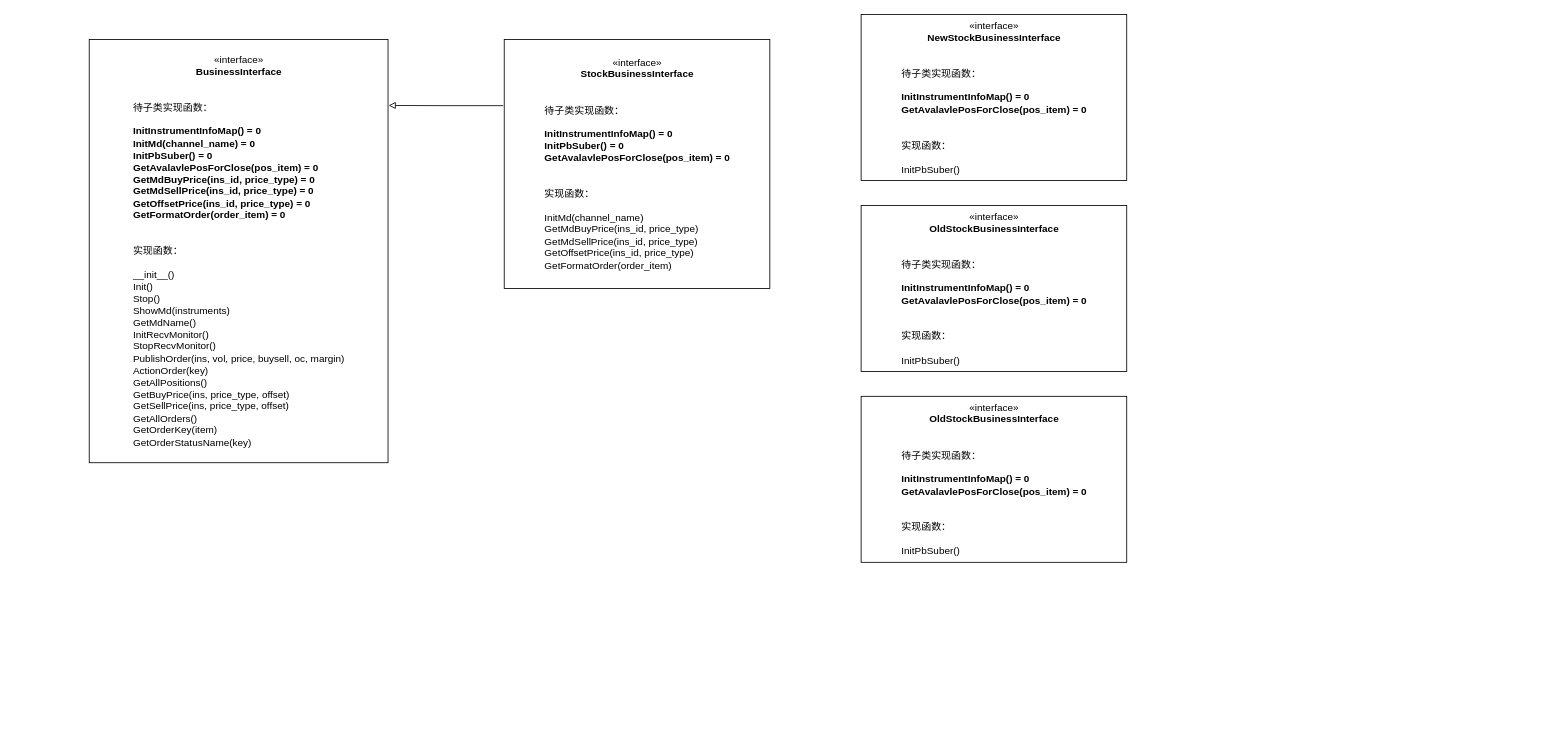
rullox/homework keeps this draw.io diagram as Untitled Diagram.drawio. Above is the earlier version. Source tidied: cells renumbered, new cells numbered last; positions are measured from the earlier drawing's top-left corner, leaving out a move shared by most shapes. Both pictures are drawn from the tidied source at 83%, with x=0, y=0 at pixel (89, 14).
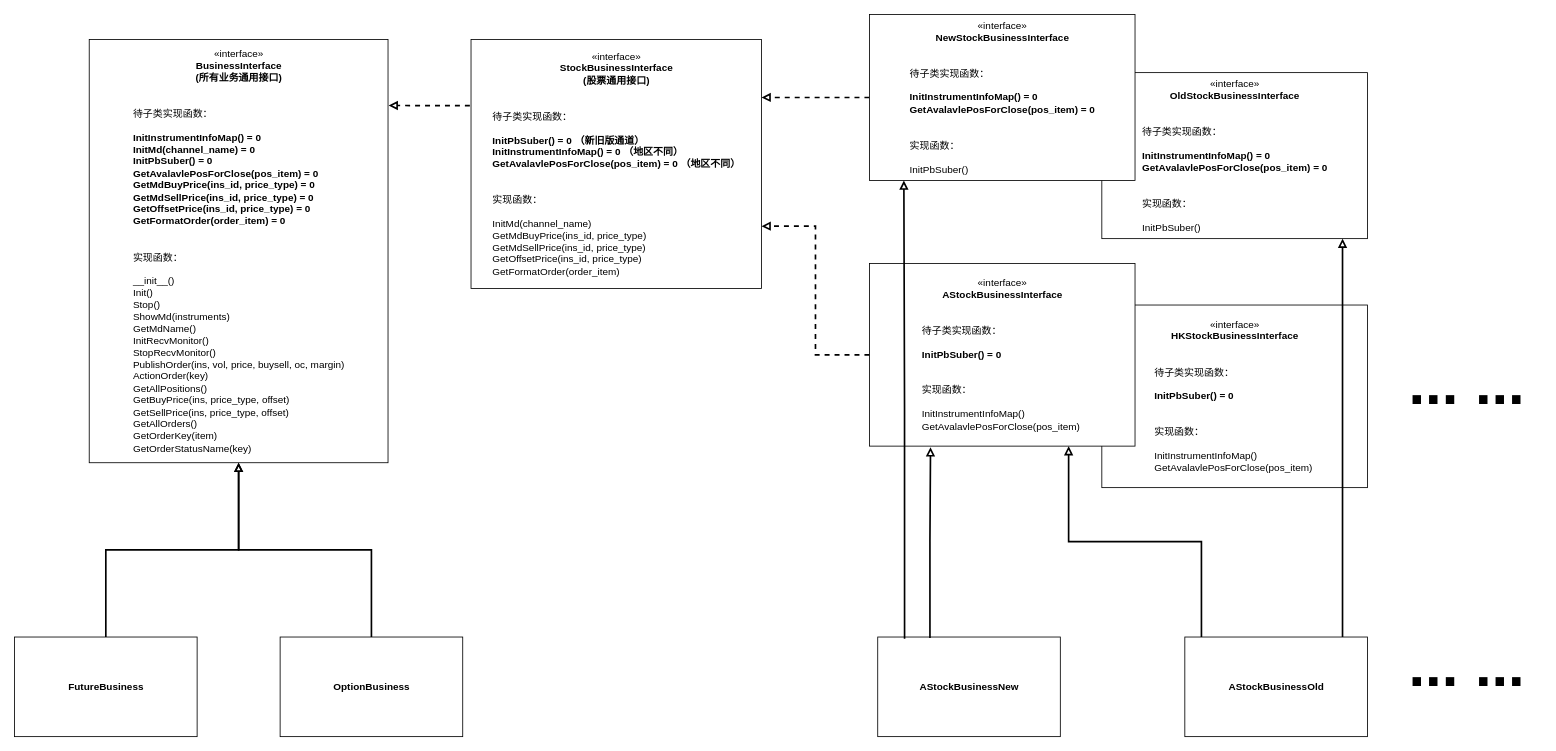
The same page after the edit.

Diff of the diagram source:
```diff
@@
-    <mxCell id="2" style="edgeStyle=orthogonalEdgeStyle;rounded=0;jettySize=auto;html=1;exitX=-0.004;exitY=0.266;exitDx=0;exitDy=0;endArrow=block;endFill=0;exitPerimeter=0;entryX=1.002;entryY=0.156;entryDx=0;entryDy=0;entryPerimeter=0;" parent="1" edge="1" source="3" target="4">
+    <mxCell id="2" style="edgeStyle=orthogonalEdgeStyle;rounded=0;jettySize=auto;html=1;exitX=-0.004;exitY=0.266;exitDx=0;exitDy=0;endArrow=block;endFill=0;exitPerimeter=0;entryX=1.002;entryY=0.156;entryDx=0;entryDy=0;entryPerimeter=0;strokeWidth=2;dashed=1;" parent="1" edge="1" source="3" target="4">
       <mxGeometry relative="1" as="geometry" />
     </mxCell>
-    <mxCell id="3" value="&lt;br&gt;«interface»&lt;br&gt;&lt;b&gt;StockBusinessInterface&lt;/b&gt;&lt;br&gt;&lt;br&gt;&lt;br&gt;&lt;div style=&quot;text-align: left;&quot;&gt;待子类实现函数：&lt;/div&gt;&lt;div style=&quot;text-align: left;&quot;&gt;&lt;br&gt;&lt;/div&gt;&lt;div style=&quot;text-align: left;&quot;&gt;&lt;div&gt;&lt;span style=&quot;background-color: initial;&quot;&gt;&lt;b&gt;InitInstrumentInfoMap() = 0&lt;/b&gt;&lt;/span&gt;&lt;/div&gt;&lt;div&gt;&lt;span style=&quot;background-color: initial;&quot;&gt;&lt;b&gt;InitPbSuber() = 0&lt;/b&gt;&lt;/span&gt;&lt;/div&gt;&lt;div&gt;&lt;span style=&quot;background-color: initial;&quot;&gt;&lt;b&gt;GetAvalavlePosForClose(pos_item) = 0&lt;/b&gt;&lt;/span&gt;&lt;/div&gt;&lt;/div&gt;&lt;div style=&quot;text-align: left;&quot;&gt;&lt;br&gt;&lt;/div&gt;&lt;div style=&quot;text-align: left;&quot;&gt;&lt;br&gt;&lt;/div&gt;&lt;div style=&quot;text-align: left;&quot;&gt;实现函数：&lt;/div&gt;&lt;div style=&quot;text-align: left;&quot;&gt;&lt;br&gt;&lt;/div&gt;&lt;div style=&quot;text-align: left;&quot;&gt;InitMd(channel_name)&lt;br&gt;&lt;/div&gt;&lt;div style=&quot;text-align: left;&quot;&gt;&lt;div&gt;&lt;span style=&quot;background-color: initial;&quot;&gt;GetMdBuyPrice(ins_id, price_type)&amp;nbsp;&lt;/span&gt;&lt;/div&gt;&lt;div&gt;GetMdSellPrice(ins_id, price_type)&lt;span style=&quot;background-color: initial;&quot;&gt;&lt;br&gt;&lt;/span&gt;&lt;/div&gt;&lt;div&gt;GetOffsetPrice(ins_id, price_type)&lt;br&gt;&lt;/div&gt;&lt;div&gt;GetFormatOrder(order_item)&lt;/div&gt;&lt;/div&gt;&lt;div style=&quot;text-align: left;&quot;&gt;&lt;br&gt;&lt;/div&gt;" style="html=1;" parent="1" vertex="1">
-      <mxGeometry x="500" y="30" width="320" height="300" as="geometry" />
+    <mxCell id="3" value="&lt;br&gt;«interface»&lt;br&gt;&lt;b&gt;StockBusinessInterface&lt;br&gt;&lt;/b&gt;&lt;b&gt;(股票通用接口)&lt;/b&gt;&lt;br&gt;&lt;br&gt;&lt;br&gt;&lt;div style=&quot;text-align: left;&quot;&gt;待子类实现函数：&lt;/div&gt;&lt;div style=&quot;text-align: left;&quot;&gt;&lt;br&gt;&lt;/div&gt;&lt;div style=&quot;text-align: left;&quot;&gt;&lt;div&gt;&lt;div&gt;&lt;span style=&quot;background-color: initial;&quot;&gt;&lt;b&gt;InitPbSuber() = 0 （新旧版通道）&lt;/b&gt;&lt;/span&gt;&lt;/div&gt;&lt;/div&gt;&lt;div&gt;&lt;span style=&quot;background-color: initial;&quot;&gt;&lt;b&gt;InitInstrumentInfoMap() = 0 （地区不同）&lt;/b&gt;&lt;/span&gt;&lt;/div&gt;&lt;div&gt;&lt;span style=&quot;background-color: initial;&quot;&gt;&lt;b&gt;GetAvalavlePosForClose(pos_item) = 0&amp;nbsp;&lt;/b&gt;&lt;/span&gt;&lt;b style=&quot;background-color: initial;&quot;&gt;（地区不同）&lt;/b&gt;&lt;br&gt;&lt;/div&gt;&lt;/div&gt;&lt;div style=&quot;text-align: left;&quot;&gt;&lt;br&gt;&lt;/div&gt;&lt;div style=&quot;text-align: left;&quot;&gt;&lt;br&gt;&lt;/div&gt;&lt;div style=&quot;text-align: left;&quot;&gt;实现函数：&lt;/div&gt;&lt;div style=&quot;text-align: left;&quot;&gt;&lt;br&gt;&lt;/div&gt;&lt;div style=&quot;text-align: left;&quot;&gt;InitMd(channel_name)&lt;br&gt;&lt;/div&gt;&lt;div style=&quot;text-align: left;&quot;&gt;&lt;div&gt;&lt;span style=&quot;background-color: initial;&quot;&gt;GetMdBuyPrice(ins_id, price_type)&amp;nbsp;&lt;/span&gt;&lt;/div&gt;&lt;div&gt;GetMdSellPrice(ins_id, price_type)&lt;span style=&quot;background-color: initial;&quot;&gt;&lt;br&gt;&lt;/span&gt;&lt;/div&gt;&lt;div&gt;GetOffsetPrice(ins_id, price_type)&lt;br&gt;&lt;/div&gt;&lt;div&gt;GetFormatOrder(order_item)&lt;/div&gt;&lt;/div&gt;&lt;div style=&quot;text-align: left;&quot;&gt;&lt;br&gt;&lt;/div&gt;" style="html=1;" parent="1" vertex="1">
+      <mxGeometry x="460" y="30" width="350" height="300" as="geometry" />
     </mxCell>
-    <mxCell id="4" value="&lt;br&gt;«interface»&lt;br&gt;&lt;b&gt;BusinessInterface&lt;br&gt;&lt;/b&gt;&lt;br&gt;&lt;div style=&quot;text-align: left;&quot;&gt;&lt;br&gt;&lt;/div&gt;&lt;div style=&quot;text-align: left;&quot;&gt;待子类实现函数：&lt;/div&gt;&lt;div style=&quot;text-align: left;&quot;&gt;&lt;br&gt;&lt;/div&gt;&lt;div style=&quot;text-align: left;&quot;&gt;&lt;span style=&quot;background-color: initial;&quot;&gt;&lt;b&gt;InitInstrumentInfoMap() = 0&lt;/b&gt;&lt;/span&gt;&lt;/div&gt;&lt;div style=&quot;text-align: left;&quot;&gt;&lt;span style=&quot;background-color: initial;&quot;&gt;&lt;b&gt;InitMd(channel_name) = 0&lt;/b&gt;&lt;/span&gt;&lt;/div&gt;&lt;div style=&quot;text-align: left;&quot;&gt;&lt;span style=&quot;background-color: initial;&quot;&gt;&lt;b&gt;InitPbSuber() = 0&lt;/b&gt;&lt;/span&gt;&lt;/div&gt;&lt;div style=&quot;text-align: left;&quot;&gt;&lt;span style=&quot;background-color: initial;&quot;&gt;&lt;b&gt;GetAvalavlePosForClose(pos_item) = 0&lt;/b&gt;&lt;/span&gt;&lt;/div&gt;&lt;div style=&quot;text-align: left;&quot;&gt;&lt;span style=&quot;background-color: initial;&quot;&gt;&lt;b&gt;GetMdBuyPrice(ins_id, price_type) = 0&lt;/b&gt;&lt;/span&gt;&lt;/div&gt;&lt;div style=&quot;text-align: left;&quot;&gt;&lt;b&gt;GetMdSellPrice(ins_id, price_type) = 0&lt;span style=&quot;background-color: initial;&quot;&gt;&lt;br&gt;&lt;/span&gt;&lt;/b&gt;&lt;/div&gt;&lt;div style=&quot;text-align: left;&quot;&gt;&lt;b&gt;GetOffsetPrice(ins_id, price_type) = 0&lt;br&gt;&lt;/b&gt;&lt;/div&gt;&lt;div style=&quot;text-align: left;&quot;&gt;&lt;b&gt;GetFormatOrder(order_item) = 0&lt;/b&gt;&lt;/div&gt;&lt;div style=&quot;text-align: left;&quot;&gt;&lt;br&gt;&lt;/div&gt;&lt;div style=&quot;text-align: left;&quot;&gt;&lt;br&gt;&lt;/div&gt;&lt;div style=&quot;text-align: left;&quot;&gt;实现函数：&lt;/div&gt;&lt;div style=&quot;text-align: left;&quot;&gt;&lt;br&gt;&lt;/div&gt;&lt;div style=&quot;text-align: left;&quot;&gt;__init__()&lt;/div&gt;&lt;div style=&quot;text-align: left;&quot;&gt;Init()&lt;/div&gt;&lt;div style=&quot;text-align: left;&quot;&gt;Stop()&lt;/div&gt;&lt;div style=&quot;text-align: left;&quot;&gt;ShowMd(instruments)&lt;/div&gt;&lt;div style=&quot;text-align: left;&quot;&gt;GetMdName()&lt;/div&gt;&lt;div style=&quot;text-align: left;&quot;&gt;InitRecvMonitor()&lt;/div&gt;&lt;div style=&quot;text-align: left;&quot;&gt;StopRecvMonitor()&lt;/div&gt;&lt;div style=&quot;text-align: left;&quot;&gt;PublishOrder(ins, vol, price, buysell, oc, margin)&lt;/div&gt;&lt;div style=&quot;text-align: left;&quot;&gt;ActionOrder(key)&lt;/div&gt;&lt;div style=&quot;text-align: left;&quot;&gt;GetAllPositions()&lt;/div&gt;&lt;div style=&quot;text-align: left;&quot;&gt;GetBuyPrice(ins, price_type, offset)&lt;/div&gt;&lt;div style=&quot;text-align: left;&quot;&gt;GetSellPrice(ins, price_type, offset)&lt;/div&gt;&lt;div style=&quot;text-align: left;&quot;&gt;GetAllOrders()&lt;/div&gt;&lt;div style=&quot;text-align: left;&quot;&gt;GetOrderKey(item)&lt;/div&gt;&lt;div style=&quot;text-align: left;&quot;&gt;GetOrderStatusName(key)&lt;/div&gt;&lt;div style=&quot;text-align: left;&quot;&gt;&lt;br&gt;&lt;/div&gt;" style="html=1;" parent="1" vertex="1">
+    <mxCell id="4" value="&lt;br&gt;«interface»&lt;br&gt;&lt;b&gt;BusinessInterface&lt;br&gt;(所有业务通用接口)&lt;br&gt;&lt;/b&gt;&lt;br&gt;&lt;div style=&quot;text-align: left;&quot;&gt;&lt;br&gt;&lt;/div&gt;&lt;div style=&quot;text-align: left;&quot;&gt;待子类实现函数：&lt;/div&gt;&lt;div style=&quot;text-align: left;&quot;&gt;&lt;br&gt;&lt;/div&gt;&lt;div style=&quot;text-align: left;&quot;&gt;&lt;span style=&quot;background-color: initial;&quot;&gt;&lt;b&gt;InitInstrumentInfoMap() = 0&lt;/b&gt;&lt;/span&gt;&lt;/div&gt;&lt;div style=&quot;text-align: left;&quot;&gt;&lt;span style=&quot;background-color: initial;&quot;&gt;&lt;b&gt;InitMd(channel_name) = 0&lt;/b&gt;&lt;/span&gt;&lt;/div&gt;&lt;div style=&quot;text-align: left;&quot;&gt;&lt;span style=&quot;background-color: initial;&quot;&gt;&lt;b&gt;InitPbSuber() = 0&lt;/b&gt;&lt;/span&gt;&lt;/div&gt;&lt;div style=&quot;text-align: left;&quot;&gt;&lt;span style=&quot;background-color: initial;&quot;&gt;&lt;b&gt;GetAvalavlePosForClose(pos_item) = 0&lt;/b&gt;&lt;/span&gt;&lt;/div&gt;&lt;div style=&quot;text-align: left;&quot;&gt;&lt;span style=&quot;background-color: initial;&quot;&gt;&lt;b&gt;GetMdBuyPrice(ins_id, price_type) = 0&lt;/b&gt;&lt;/span&gt;&lt;/div&gt;&lt;div style=&quot;text-align: left;&quot;&gt;&lt;b&gt;GetMdSellPrice(ins_id, price_type) = 0&lt;span style=&quot;background-color: initial;&quot;&gt;&lt;br&gt;&lt;/span&gt;&lt;/b&gt;&lt;/div&gt;&lt;div style=&quot;text-align: left;&quot;&gt;&lt;b&gt;GetOffsetPrice(ins_id, price_type) = 0&lt;br&gt;&lt;/b&gt;&lt;/div&gt;&lt;div style=&quot;text-align: left;&quot;&gt;&lt;b&gt;GetFormatOrder(order_item) = 0&lt;/b&gt;&lt;/div&gt;&lt;div style=&quot;text-align: left;&quot;&gt;&lt;br&gt;&lt;/div&gt;&lt;div style=&quot;text-align: left;&quot;&gt;&lt;br&gt;&lt;/div&gt;&lt;div style=&quot;text-align: left;&quot;&gt;实现函数：&lt;/div&gt;&lt;div style=&quot;text-align: left;&quot;&gt;&lt;br&gt;&lt;/div&gt;&lt;div style=&quot;text-align: left;&quot;&gt;__init__()&lt;/div&gt;&lt;div style=&quot;text-align: left;&quot;&gt;Init()&lt;/div&gt;&lt;div style=&quot;text-align: left;&quot;&gt;Stop()&lt;/div&gt;&lt;div style=&quot;text-align: left;&quot;&gt;ShowMd(instruments)&lt;/div&gt;&lt;div style=&quot;text-align: left;&quot;&gt;GetMdName()&lt;/div&gt;&lt;div style=&quot;text-align: left;&quot;&gt;InitRecvMonitor()&lt;/div&gt;&lt;div style=&quot;text-align: left;&quot;&gt;StopRecvMonitor()&lt;/div&gt;&lt;div style=&quot;text-align: left;&quot;&gt;PublishOrder(ins, vol, price, buysell, oc, margin)&lt;/div&gt;&lt;div style=&quot;text-align: left;&quot;&gt;ActionOrder(key)&lt;/div&gt;&lt;div style=&quot;text-align: left;&quot;&gt;GetAllPositions()&lt;/div&gt;&lt;div style=&quot;text-align: left;&quot;&gt;GetBuyPrice(ins, price_type, offset)&lt;/div&gt;&lt;div style=&quot;text-align: left;&quot;&gt;GetSellPrice(ins, price_type, offset)&lt;/div&gt;&lt;div style=&quot;text-align: left;&quot;&gt;GetAllOrders()&lt;/div&gt;&lt;div style=&quot;text-align: left;&quot;&gt;GetOrderKey(item)&lt;/div&gt;&lt;div style=&quot;text-align: left;&quot;&gt;GetOrderStatusName(key)&lt;/div&gt;&lt;div style=&quot;text-align: left;&quot;&gt;&lt;br&gt;&lt;/div&gt;" style="html=1;" parent="1" vertex="1">
       <mxGeometry y="30" width="360" height="510" as="geometry" />
     </mxCell>
+    <mxCell id="8" style="edgeStyle=orthogonalEdgeStyle;rounded=0;jettySize=auto;html=1;endArrow=block;endFill=0;entryX=1;entryY=0.233;entryDx=0;entryDy=0;exitX=0;exitY=0.5;exitDx=0;exitDy=0;entryPerimeter=0;strokeWidth=2;dashed=1;" parent="1" edge="1" source="5" target="3">
+      <mxGeometry relative="1" as="geometry" />
+    </mxCell>
+    <mxCell id="9" style="group;" parent="1" vertex="1">
+      <mxGeometry x="940" width="600" height="270" as="geometry" />
+    </mxCell>
+    <mxCell id="6" value="«interface»&lt;br&gt;&lt;b&gt;OldStockBusinessInterface&lt;/b&gt;&lt;br&gt;&lt;br&gt;&lt;br&gt;&lt;div style=&quot;text-align: left;&quot;&gt;待子类实现函数：&lt;/div&gt;&lt;div style=&quot;text-align: left;&quot;&gt;&lt;br&gt;&lt;/div&gt;&lt;div style=&quot;text-align: left;&quot;&gt;&lt;div&gt;&lt;span style=&quot;background-color: initial;&quot;&gt;&lt;b&gt;InitInstrumentInfoMap() = 0&lt;/b&gt;&lt;/span&gt;&lt;/div&gt;&lt;div&gt;&lt;span style=&quot;background-color: initial;&quot;&gt;&lt;b&gt;GetAvalavlePosForClose(pos_item) = 0&lt;/b&gt;&lt;/span&gt;&lt;/div&gt;&lt;/div&gt;&lt;div style=&quot;text-align: left;&quot;&gt;&lt;br&gt;&lt;/div&gt;&lt;div style=&quot;text-align: left;&quot;&gt;&lt;br&gt;&lt;/div&gt;&lt;div style=&quot;text-align: left;&quot;&gt;实现函数：&lt;/div&gt;&lt;div style=&quot;text-align: left;&quot;&gt;&lt;br&gt;&lt;/div&gt;&lt;div style=&quot;text-align: left;&quot;&gt;&lt;span style=&quot;background-color: initial;&quot;&gt;InitPbSuber()&lt;/span&gt;&lt;/div&gt;" style="html=1;" parent="9" vertex="1">
+      <mxGeometry x="280" y="70" width="320" height="200" as="geometry" />
+    </mxCell>
-    <mxCell id="5" value="«interface»&lt;br&gt;&lt;b&gt;NewStockBusinessInterface&lt;/b&gt;&lt;br&gt;&lt;br&gt;&lt;br&gt;&lt;div style=&quot;text-align: left;&quot;&gt;待子类实现函数：&lt;/div&gt;&lt;div style=&quot;text-align: left;&quot;&gt;&lt;br&gt;&lt;/div&gt;&lt;div style=&quot;text-align: left;&quot;&gt;&lt;div&gt;&lt;span style=&quot;background-color: initial;&quot;&gt;&lt;b&gt;InitInstrumentInfoMap() = 0&lt;/b&gt;&lt;/span&gt;&lt;/div&gt;&lt;div&gt;&lt;span style=&quot;background-color: initial;&quot;&gt;&lt;b&gt;GetAvalavlePosForClose(pos_item) = 0&lt;/b&gt;&lt;/span&gt;&lt;/div&gt;&lt;/div&gt;&lt;div style=&quot;text-align: left;&quot;&gt;&lt;br&gt;&lt;/div&gt;&lt;div style=&quot;text-align: left;&quot;&gt;&lt;br&gt;&lt;/div&gt;&lt;div style=&quot;text-align: left;&quot;&gt;实现函数：&lt;/div&gt;&lt;div style=&quot;text-align: left;&quot;&gt;&lt;br&gt;&lt;/div&gt;&lt;div style=&quot;text-align: left;&quot;&gt;&lt;span style=&quot;background-color: initial;&quot;&gt;InitPbSuber()&lt;/span&gt;&lt;/div&gt;" style="html=1;" parent="1" vertex="1">
-      <mxGeometry x="930" width="320" height="200" as="geometry" />
+    <mxCell id="5" value="«interface»&lt;br&gt;&lt;b&gt;NewStockBusinessInterface&lt;/b&gt;&lt;br&gt;&lt;br&gt;&lt;br&gt;&lt;div style=&quot;text-align: left;&quot;&gt;待子类实现函数：&lt;/div&gt;&lt;div style=&quot;text-align: left;&quot;&gt;&lt;br&gt;&lt;/div&gt;&lt;div style=&quot;text-align: left;&quot;&gt;&lt;div&gt;&lt;span style=&quot;background-color: initial;&quot;&gt;&lt;b&gt;InitInstrumentInfoMap() = 0&lt;/b&gt;&lt;/span&gt;&lt;/div&gt;&lt;div&gt;&lt;span style=&quot;background-color: initial;&quot;&gt;&lt;b&gt;GetAvalavlePosForClose(pos_item) = 0&lt;/b&gt;&lt;/span&gt;&lt;/div&gt;&lt;/div&gt;&lt;div style=&quot;text-align: left;&quot;&gt;&lt;br&gt;&lt;/div&gt;&lt;div style=&quot;text-align: left;&quot;&gt;&lt;br&gt;&lt;/div&gt;&lt;div style=&quot;text-align: left;&quot;&gt;实现函数：&lt;/div&gt;&lt;div style=&quot;text-align: left;&quot;&gt;&lt;br&gt;&lt;/div&gt;&lt;div style=&quot;text-align: left;&quot;&gt;&lt;span style=&quot;background-color: initial;&quot;&gt;InitPbSuber()&lt;/span&gt;&lt;/div&gt;" style="html=1;" parent="9" vertex="1">
+      <mxGeometry width="320" height="200" as="geometry" />
     </mxCell>
-    <mxCell id="6" value="«interface»&lt;br&gt;&lt;b&gt;OldStockBusinessInterface&lt;/b&gt;&lt;br&gt;&lt;br&gt;&lt;br&gt;&lt;div style=&quot;text-align: left;&quot;&gt;待子类实现函数：&lt;/div&gt;&lt;div style=&quot;text-align: left;&quot;&gt;&lt;br&gt;&lt;/div&gt;&lt;div style=&quot;text-align: left;&quot;&gt;&lt;div&gt;&lt;span style=&quot;background-color: initial;&quot;&gt;&lt;b&gt;InitInstrumentInfoMap() = 0&lt;/b&gt;&lt;/span&gt;&lt;/div&gt;&lt;div&gt;&lt;span style=&quot;background-color: initial;&quot;&gt;&lt;b&gt;GetAvalavlePosForClose(pos_item) = 0&lt;/b&gt;&lt;/span&gt;&lt;/div&gt;&lt;/div&gt;&lt;div style=&quot;text-align: left;&quot;&gt;&lt;br&gt;&lt;/div&gt;&lt;div style=&quot;text-align: left;&quot;&gt;&lt;br&gt;&lt;/div&gt;&lt;div style=&quot;text-align: left;&quot;&gt;实现函数：&lt;/div&gt;&lt;div style=&quot;text-align: left;&quot;&gt;&lt;br&gt;&lt;/div&gt;&lt;div style=&quot;text-align: left;&quot;&gt;&lt;span style=&quot;background-color: initial;&quot;&gt;InitPbSuber()&lt;/span&gt;&lt;/div&gt;" style="html=1;" parent="1" vertex="1">
-      <mxGeometry x="930" y="230" width="320" height="200" as="geometry" />
-    </mxCell>
+    <mxCell id="10" style="group;" parent="1" vertex="1">
+      <mxGeometry x="940" y="300" width="800" height="270" as="geometry" />
+    </mxCell>
+    <mxCell id="11" value="«interface»&lt;br&gt;&lt;b&gt;HKStockBusinessInterface&lt;/b&gt;&lt;br&gt;&lt;br&gt;&lt;br&gt;&lt;div style=&quot;text-align: left;&quot;&gt;待子类实现函数：&lt;/div&gt;&lt;div style=&quot;&quot;&gt;&lt;div style=&quot;text-align: left;&quot;&gt;&lt;br&gt;&lt;/div&gt;&lt;div style=&quot;text-align: left;&quot;&gt;&lt;span style=&quot;background-color: initial;&quot;&gt;&lt;b&gt;InitPbSuber() = 0&lt;/b&gt;&lt;/span&gt;&lt;/div&gt;&lt;/div&gt;&lt;div style=&quot;text-align: left;&quot;&gt;&lt;br&gt;&lt;/div&gt;&lt;div style=&quot;text-align: left;&quot;&gt;&lt;br&gt;&lt;/div&gt;&lt;div style=&quot;text-align: left;&quot;&gt;实现函数：&lt;/div&gt;&lt;div style=&quot;text-align: left;&quot;&gt;&lt;br&gt;&lt;/div&gt;&lt;div style=&quot;text-align: left;&quot;&gt;&lt;div&gt;&lt;span style=&quot;background-color: initial;&quot;&gt;InitInstrumentInfoMap()&lt;/span&gt;&lt;/div&gt;&lt;div&gt;&lt;span style=&quot;background-color: initial;&quot;&gt;GetAvalavlePosForClose(pos_item)&amp;nbsp;&lt;/span&gt;&lt;/div&gt;&lt;/div&gt;" style="html=1;align=center;" parent="10" vertex="1">
+      <mxGeometry x="280" y="50" width="320" height="220" as="geometry" />
+    </mxCell>
-    <mxCell id="7" value="«interface»&lt;br&gt;&lt;b&gt;OldStockBusinessInterface&lt;/b&gt;&lt;br&gt;&lt;br&gt;&lt;br&gt;&lt;div style=&quot;text-align: left;&quot;&gt;待子类实现函数：&lt;/div&gt;&lt;div style=&quot;text-align: left;&quot;&gt;&lt;br&gt;&lt;/div&gt;&lt;div style=&quot;text-align: left;&quot;&gt;&lt;div&gt;&lt;span style=&quot;background-color: initial;&quot;&gt;&lt;b&gt;InitInstrumentInfoMap() = 0&lt;/b&gt;&lt;/span&gt;&lt;/div&gt;&lt;div&gt;&lt;span style=&quot;background-color: initial;&quot;&gt;&lt;b&gt;GetAvalavlePosForClose(pos_item) = 0&lt;/b&gt;&lt;/span&gt;&lt;/div&gt;&lt;/div&gt;&lt;div style=&quot;text-align: left;&quot;&gt;&lt;br&gt;&lt;/div&gt;&lt;div style=&quot;text-align: left;&quot;&gt;&lt;br&gt;&lt;/div&gt;&lt;div style=&quot;text-align: left;&quot;&gt;实现函数：&lt;/div&gt;&lt;div style=&quot;text-align: left;&quot;&gt;&lt;br&gt;&lt;/div&gt;&lt;div style=&quot;text-align: left;&quot;&gt;&lt;span style=&quot;background-color: initial;&quot;&gt;InitPbSuber()&lt;/span&gt;&lt;/div&gt;" style="html=1;" parent="1" vertex="1">
-      <mxGeometry x="930" y="460" width="320" height="200" as="geometry" />
+    <mxCell id="7" value="«interface»&lt;br&gt;&lt;b&gt;AStockBusinessInterface&lt;/b&gt;&lt;br&gt;&lt;br&gt;&lt;br&gt;&lt;div style=&quot;text-align: left;&quot;&gt;待子类实现函数：&lt;/div&gt;&lt;div style=&quot;&quot;&gt;&lt;div style=&quot;text-align: left;&quot;&gt;&lt;br&gt;&lt;/div&gt;&lt;div style=&quot;text-align: left;&quot;&gt;&lt;span style=&quot;background-color: initial;&quot;&gt;&lt;b&gt;InitPbSuber() = 0&lt;/b&gt;&lt;/span&gt;&lt;/div&gt;&lt;/div&gt;&lt;div style=&quot;text-align: left;&quot;&gt;&lt;br&gt;&lt;/div&gt;&lt;div style=&quot;text-align: left;&quot;&gt;&lt;br&gt;&lt;/div&gt;&lt;div style=&quot;text-align: left;&quot;&gt;实现函数：&lt;/div&gt;&lt;div style=&quot;text-align: left;&quot;&gt;&lt;br&gt;&lt;/div&gt;&lt;div style=&quot;text-align: left;&quot;&gt;&lt;div&gt;&lt;span style=&quot;background-color: initial;&quot;&gt;InitInstrumentInfoMap()&lt;/span&gt;&lt;/div&gt;&lt;div&gt;&lt;span style=&quot;background-color: initial;&quot;&gt;GetAvalavlePosForClose(pos_item)&amp;nbsp;&lt;/span&gt;&lt;/div&gt;&lt;/div&gt;" style="html=1;align=center;" parent="10" vertex="1">
+      <mxGeometry width="320" height="220" as="geometry" />
     </mxCell>
+    <mxCell id="12" value="&lt;b&gt;&lt;font style=&quot;font-size: 72px;&quot;&gt;... ...&lt;/font&gt;&lt;/b&gt;" style="text;html=1;strokeColor=none;fillColor=none;align=center;verticalAlign=middle;whiteSpace=wrap;rounded=0;" parent="10" vertex="1">
+      <mxGeometry x="630" y="130" width="180" height="30" as="geometry" />
+    </mxCell>
+    <mxCell id="13" style="edgeStyle=orthogonalEdgeStyle;rounded=0;jettySize=auto;html=1;endArrow=block;endFill=0;entryX=1;entryY=0.75;entryDx=0;entryDy=0;exitX=0;exitY=0.5;exitDx=0;exitDy=0;strokeWidth=2;dashed=1;" parent="1" edge="1" source="7" target="3">
+      <mxGeometry relative="1" as="geometry" />
+    </mxCell>
+    <mxCell id="14" value="&lt;b&gt;AStockBusinessNew&lt;br&gt;&lt;/b&gt;" style="html=1;align=center;" parent="1" vertex="1">
+      <mxGeometry x="950" y="750" width="220" height="120" as="geometry" />
+    </mxCell>
+    <mxCell id="15" style="edgeStyle=orthogonalEdgeStyle;rounded=0;jettySize=auto;html=1;endArrow=block;endFill=0;entryX=0.289;entryY=1;entryDx=0;entryDy=0;exitX=0.147;exitY=0.017;exitDx=0;exitDy=0;entryPerimeter=0;strokeWidth=2;exitPerimeter=0;" parent="1" edge="1" source="14">
+      <mxGeometry relative="1" as="geometry">
+        <mxPoint x="981.5" y="200" as="targetPoint" />
+      </mxGeometry>
+    </mxCell>
+    <mxCell id="16" style="edgeStyle=orthogonalEdgeStyle;rounded=0;jettySize=auto;html=1;endArrow=block;endFill=0;exitX=0.286;exitY=0.011;exitDx=0;exitDy=0;exitPerimeter=0;strokeWidth=2;entryX=0.23;entryY=1.006;entryDx=0;entryDy=0;entryPerimeter=0;" parent="1" edge="1" source="14" target="7">
+      <mxGeometry relative="1" as="geometry" />
+    </mxCell>
+    <mxCell id="17" value="&lt;b&gt;&lt;font style=&quot;font-size: 72px;&quot;&gt;... ...&lt;/font&gt;&lt;/b&gt;" style="text;html=1;strokeColor=none;fillColor=none;align=center;verticalAlign=middle;whiteSpace=wrap;rounded=0;" parent="1" vertex="1">
+      <mxGeometry x="1570" y="770" width="180" height="30" as="geometry" />
+    </mxCell>
+    <mxCell id="18" value="&lt;b&gt;AStockBusinessOld&lt;br&gt;&lt;/b&gt;" style="html=1;align=center;" parent="1" vertex="1">
+      <mxGeometry x="1320" y="750" width="220" height="120" as="geometry" />
+    </mxCell>
+    <mxCell id="19" style="edgeStyle=orthogonalEdgeStyle;rounded=0;jettySize=auto;html=1;endArrow=block;endFill=0;exitX=0.091;exitY=0;exitDx=0;exitDy=0;exitPerimeter=0;strokeWidth=2;entryX=0.75;entryY=1;entryDx=0;entryDy=0;" parent="1" edge="1" source="18" target="7">
+      <mxGeometry relative="1" as="geometry" />
+    </mxCell>
+    <mxCell id="20" style="edgeStyle=orthogonalEdgeStyle;rounded=0;orthogonalLoop=1;jettySize=auto;html=1;endArrow=block;endFill=0;strokeWidth=2;" parent="1" edge="1">
+      <mxGeometry relative="1" as="geometry">
+        <mxPoint x="1510" y="750" as="sourcePoint" />
+        <mxPoint x="1510" y="270" as="targetPoint" />
+      </mxGeometry>
+    </mxCell>
+    <mxCell id="21" value="&lt;b&gt;FutureBusiness&lt;br&gt;&lt;/b&gt;" style="html=1;align=center;" parent="1" vertex="1">
+      <mxGeometry x="-90" y="750" width="220" height="120" as="geometry" />
+    </mxCell>
+    <mxCell id="22" style="edgeStyle=orthogonalEdgeStyle;rounded=0;jettySize=auto;html=1;endArrow=block;endFill=0;exitX=0.5;exitY=0;exitDx=0;exitDy=0;strokeWidth=2;entryX=0.5;entryY=1;entryDx=0;entryDy=0;" parent="1" edge="1" source="21" target="4">
+      <mxGeometry relative="1" as="geometry" />
+    </mxCell>
+    <mxCell id="23" value="&lt;b&gt;OptionBusiness&lt;br&gt;&lt;/b&gt;" style="html=1;align=center;" parent="1" vertex="1">
+      <mxGeometry x="230" y="750" width="220" height="120" as="geometry" />
+    </mxCell>
+    <mxCell id="24" style="edgeStyle=orthogonalEdgeStyle;rounded=0;jettySize=auto;html=1;endArrow=block;endFill=0;exitX=0.5;exitY=0;exitDx=0;exitDy=0;strokeWidth=2;entryX=0.5;entryY=1;entryDx=0;entryDy=0;" parent="1" edge="1" source="23" target="4">
+      <mxGeometry relative="1" as="geometry" />
+    </mxCell>
```
